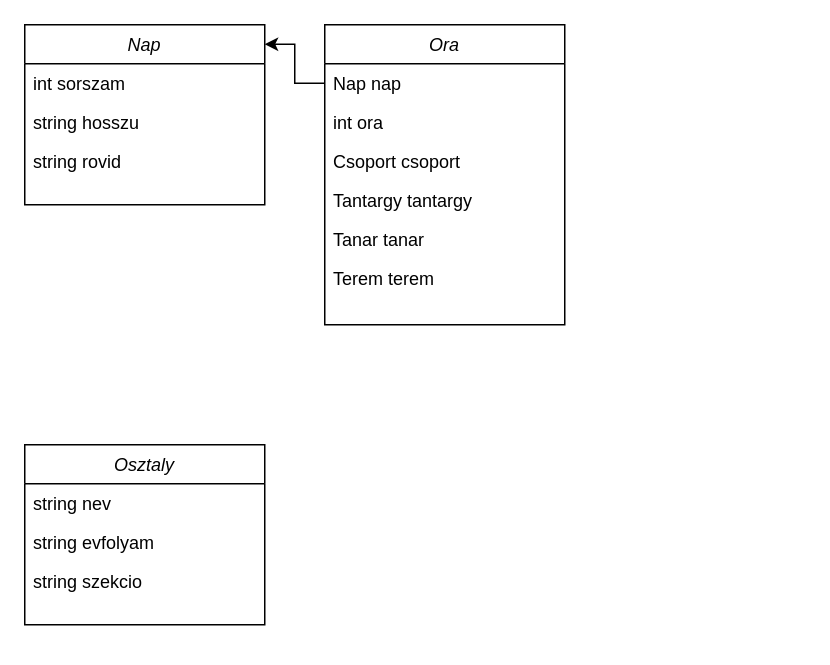
MolnAtt/szlgorarend keeps this draw.io diagram as dbmodel.drawio. Above is the earlier version. Source tidied: cells renumbered, new cells numbered last; positions are measured from the earlier drawing's top-left corner, leaving out a move shared by most shapes. Both pictures are drawn from the tidied source at 150%, with x=0, y=0 at pixel (24, 24).
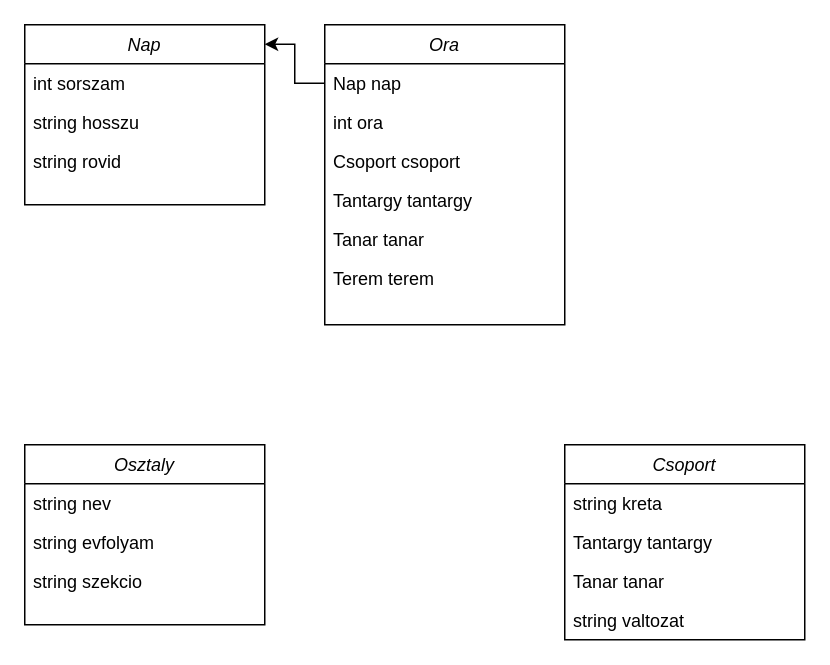
The same diagram, later.

Change to the diagram source:
```diff
@@
+    <mxCell id="18" value="Csoport" style="swimlane;fontStyle=2;align=center;verticalAlign=top;horizontal=1;startSize=26;rounded=0;shadow=0;strokeWidth=1;" parent="1" vertex="1">
+      <mxGeometry x="360" y="280" width="160" height="130" as="geometry" />
+    </mxCell>
+    <mxCell id="19" value="string kreta" style="text;align=left;verticalAlign=top;spacingLeft=4;spacingRight=4;overflow=hidden;" parent="18" vertex="1">
+      <mxGeometry y="26" width="160" height="26" as="geometry" />
+    </mxCell>
+    <mxCell id="20" value="Tantargy tantargy" style="text;align=left;verticalAlign=top;spacingLeft=4;spacingRight=4;overflow=hidden;rounded=0;shadow=0;html=0;" parent="18" vertex="1">
+      <mxGeometry y="52" width="160" height="26" as="geometry" />
+    </mxCell>
+    <mxCell id="21" value="Tanar tanar" style="text;align=left;verticalAlign=top;spacingLeft=4;spacingRight=4;overflow=hidden;rounded=0;shadow=0;html=0;" parent="18" vertex="1">
+      <mxGeometry y="78" width="160" height="26" as="geometry" />
+    </mxCell>
+    <mxCell id="22" value="string valtozat" style="text;align=left;verticalAlign=top;spacingLeft=4;spacingRight=4;overflow=hidden;rounded=0;shadow=0;html=0;" parent="18" vertex="1">
+      <mxGeometry y="104" width="160" height="26" as="geometry" />
+    </mxCell>
```
